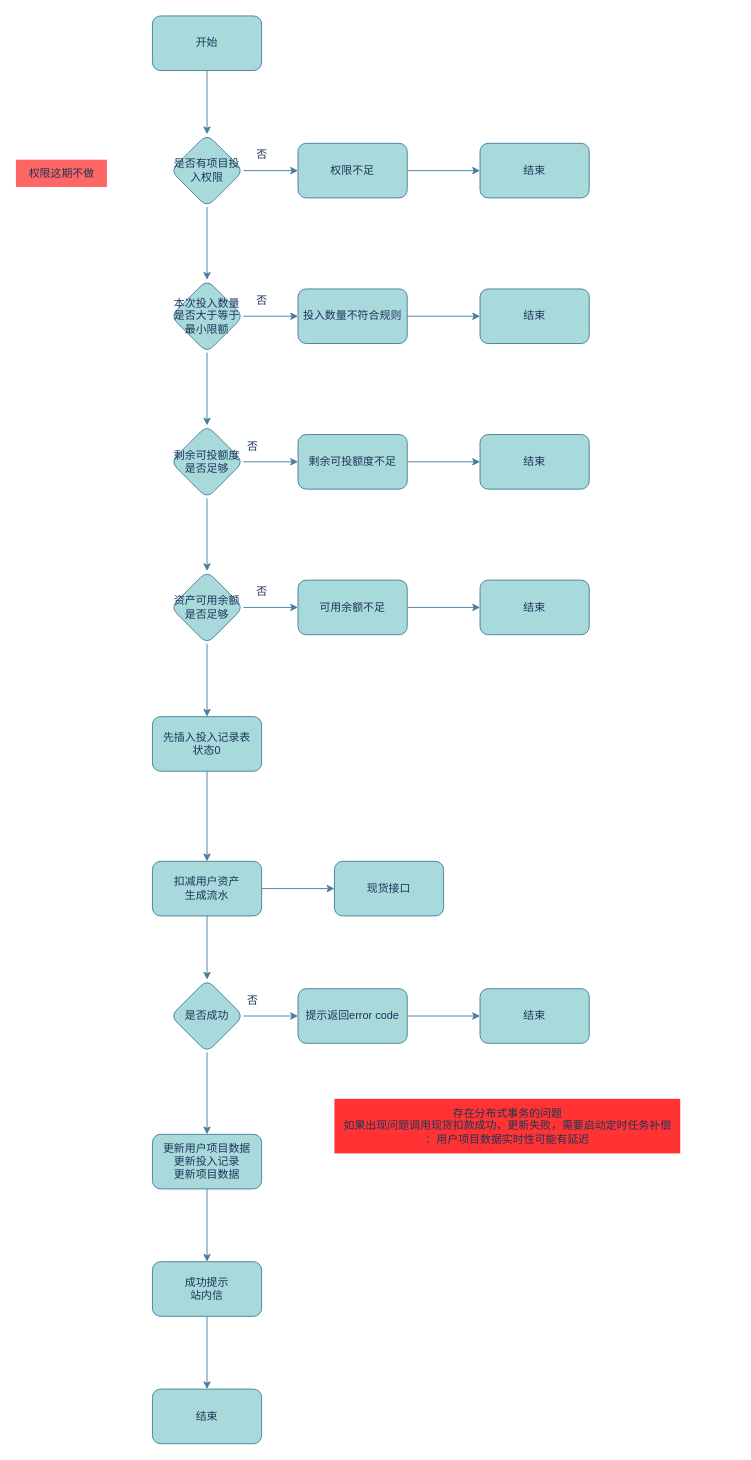
xu-xiwei/drawio keeps this draw.io diagram as lbk-launchpad-投入资产处理.drawio. Above is the earlier version. Source tidied: cells renumbered, new cells numbered last; positions are measured from the earlier drawing's top-left corner, leaving out a move shared by most shapes. Both pictures are drawn from the tidied source at 91%, with x=0, y=0 at pixel (15, 15).
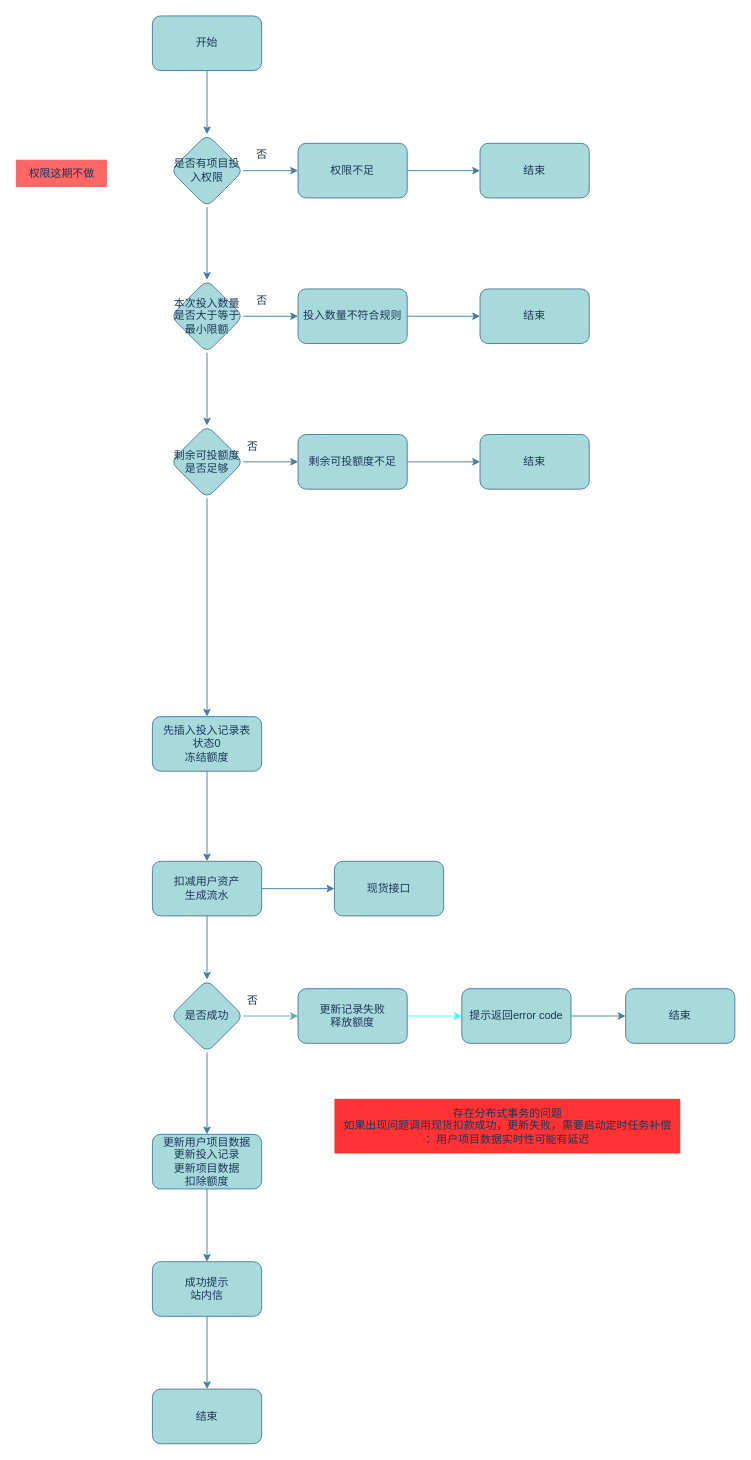
The same page after the edit.

Commit message:
更新lbk-launchpad-投入资产处理.drawio

Unchanged cells that the change refers to:
```xml
<mxCell id="20" value="剩余可投额度是否足够" style="rhombus;whiteSpace=wrap;html=1;fillColor=#A8DADC;strokeColor=#457B9D;fontColor=#1D3557;rounded=1;" parent="1" vertex="1">
  <mxGeometry x="170" y="450" width="80" height="80" as="geometry" />
</mxCell>
<mxCell id="37" value="是否成功" style="rhombus;whiteSpace=wrap;html=1;fillColor=#A8DADC;strokeColor=#457B9D;fontColor=#1D3557;rounded=1;" parent="1" vertex="1">
  <mxGeometry x="170" y="1059" width="80" height="80" as="geometry" />
</mxCell>
```

Diff of the diagram source:
```diff
@@
-    <mxCell id="19" style="edgeStyle=orthogonalEdgeStyle;rounded=0;jettySize=auto;html=1;strokeColor=#457B9D;fontColor=#1D3557;fillColor=#A8DADC;" parent="1" edge="1" source="20" target="27">
+    <mxCell id="19" style="edgeStyle=orthogonalEdgeStyle;rounded=0;jettySize=auto;html=1;strokeColor=#457B9D;fontColor=#1D3557;fillColor=#A8DADC;entryX=0.5;entryY=0;entryDx=0;entryDy=0;" parent="1" edge="1" source="20" target="50">
       <mxGeometry relative="1" as="geometry" />
     </mxCell>
@@
-    <mxCell id="25" style="edgeStyle=orthogonalEdgeStyle;rounded=0;jettySize=auto;html=1;strokeColor=#457B9D;fontColor=#1D3557;fillColor=#A8DADC;" parent="1" edge="1" source="27" target="29">
-      <mxGeometry relative="1" as="geometry" />
-    </mxCell>
-    <mxCell id="26" style="edgeStyle=orthogonalEdgeStyle;rounded=0;jettySize=auto;html=1;entryX=0.5;entryY=0;entryDx=0;entryDy=0;strokeColor=#457B9D;fontColor=#1D3557;fillColor=#A8DADC;" parent="1" edge="1" source="27" target="50">
-      <mxGeometry relative="1" as="geometry" />
-    </mxCell>
-    <mxCell id="27" value="资产可用余额是否足够" style="rhombus;whiteSpace=wrap;html=1;fillColor=#A8DADC;strokeColor=#457B9D;fontColor=#1D3557;rounded=1;" parent="1" vertex="1">
-      <mxGeometry x="170" y="610" width="80" height="80" as="geometry" />
-    </mxCell>
-    <mxCell id="28" style="edgeStyle=orthogonalEdgeStyle;rounded=0;jettySize=auto;html=1;strokeColor=#457B9D;fontColor=#1D3557;fillColor=#A8DADC;" parent="1" edge="1" source="29" target="31">
-      <mxGeometry relative="1" as="geometry" />
-    </mxCell>
-    <mxCell id="29" value="可用余额不足" style="whiteSpace=wrap;html=1;fillColor=#A8DADC;strokeColor=#457B9D;fontColor=#1D3557;rounded=1;" parent="1" vertex="1">
-      <mxGeometry x="310" y="620" width="120" height="60" as="geometry" />
-    </mxCell>
-    <mxCell id="30" value="否" style="text;html=1;align=center;verticalAlign=middle;strokeColor=none;fillColor=none;fontColor=#1D3557;" parent="1" vertex="1">
-      <mxGeometry x="250" y="618" width="40" height="30" as="geometry" />
-    </mxCell>
-    <mxCell id="31" value="结束" style="whiteSpace=wrap;html=1;fillColor=#A8DADC;strokeColor=#457B9D;fontColor=#1D3557;rounded=1;" parent="1" vertex="1">
-      <mxGeometry x="510" y="620" width="120" height="60" as="geometry" />
-    </mxCell>
@@
-    <mxCell id="35" style="edgeStyle=orthogonalEdgeStyle;rounded=0;jettySize=auto;html=1;strokeColor=#457B9D;fontColor=#1D3557;fillColor=#A8DADC;" parent="1" edge="1" source="37" target="39">
-      <mxGeometry relative="1" as="geometry" />
-    </mxCell>
@@
+    <mxCell id="52" style="edgeStyle=orthogonalEdgeStyle;rounded=0;jettySize=auto;html=1;strokeColor=#67AB9F;" parent="1" edge="1" source="37" target="54">
+      <mxGeometry relative="1" as="geometry" />
+    </mxCell>
@@
-    <mxCell id="39" value="提示返回error code" style="whiteSpace=wrap;html=1;fillColor=#A8DADC;strokeColor=#457B9D;fontColor=#1D3557;rounded=1;" parent="1" vertex="1">
-      <mxGeometry x="310" y="1069" width="120" height="60" as="geometry" />
+    <mxCell id="39" value="提示返回error code&lt;br&gt;" style="whiteSpace=wrap;html=1;fillColor=#A8DADC;strokeColor=#457B9D;fontColor=#1D3557;rounded=1;" parent="1" vertex="1">
+      <mxGeometry x="490" y="1069" width="120" height="60" as="geometry" />
     </mxCell>
@@
     <mxCell id="41" value="结束" style="whiteSpace=wrap;html=1;fillColor=#A8DADC;strokeColor=#457B9D;fontColor=#1D3557;rounded=1;" parent="1" vertex="1">
-      <mxGeometry x="510" y="1069" width="120" height="60" as="geometry" />
+      <mxGeometry x="670" y="1069" width="120" height="60" as="geometry" />
     </mxCell>
@@
-    <mxCell id="43" value="更新用户项目数据&lt;br&gt;更新投入记录&lt;br&gt;更新项目数据" style="whiteSpace=wrap;html=1;fillColor=#A8DADC;strokeColor=#457B9D;fontColor=#1D3557;rounded=1;" parent="1" vertex="1">
+    <mxCell id="43" value="更新用户项目数据&lt;br&gt;更新投入记录&lt;br&gt;更新项目数据&lt;br&gt;扣除额度" style="whiteSpace=wrap;html=1;fillColor=#A8DADC;strokeColor=#457B9D;fontColor=#1D3557;rounded=1;" parent="1" vertex="1">
       <mxGeometry x="150" y="1229" width="120" height="60" as="geometry" />
     </mxCell>
@@
-    <mxCell id="50" value="先插入投入记录表&lt;br&gt;状态0" style="rounded=1;whiteSpace=wrap;html=1;strokeColor=#457B9D;fontColor=#1D3557;fillColor=#A8DADC;" parent="1" vertex="1">
+    <mxCell id="50" value="先插入投入记录表&lt;br&gt;状态0&lt;br&gt;冻结额度" style="rounded=1;whiteSpace=wrap;html=1;strokeColor=#457B9D;fontColor=#1D3557;fillColor=#A8DADC;" parent="1" vertex="1">
       <mxGeometry x="150" y="770" width="120" height="60" as="geometry" />
     </mxCell>
@@
+    <mxCell id="53" style="edgeStyle=orthogonalEdgeStyle;rounded=0;jettySize=auto;html=1;entryX=0;entryY=0.5;entryDx=0;entryDy=0;strokeColor=#33FFFF;" parent="1" edge="1" source="54" target="39">
+      <mxGeometry relative="1" as="geometry" />
+    </mxCell>
+    <mxCell id="54" value="更新记录失败&lt;br&gt;释放额度" style="whiteSpace=wrap;html=1;fillColor=#A8DADC;strokeColor=#457B9D;fontColor=#1D3557;rounded=1;" parent="1" vertex="1">
+      <mxGeometry x="310" y="1069" width="120" height="60" as="geometry" />
+    </mxCell>
```
